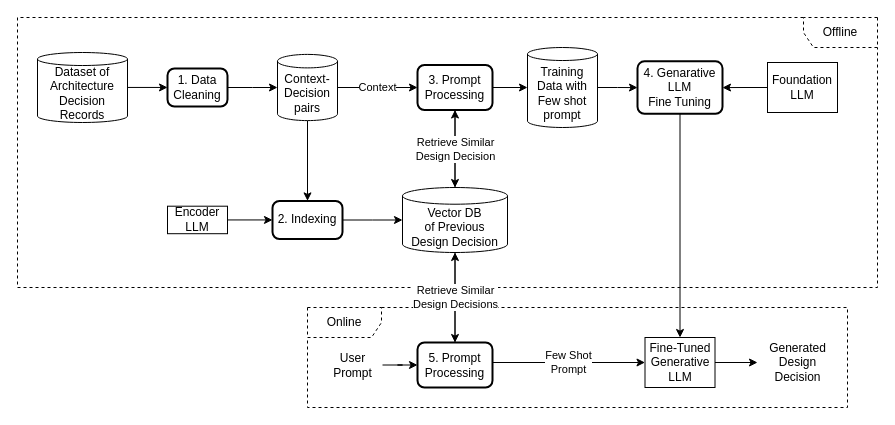
Above: Approach/Diagram/approach8.drawio in sa4s-serc/LLM4ADR (draw.io), before the change. Source tidied: cells renumbered, new cells numbered last; positions are measured from the earlier drawing's top-left corner, leaving out a move shared by most shapes. Both pictures are drawn from the tidied source at 100%, with x=0, y=0 at pixel (17, -1100).
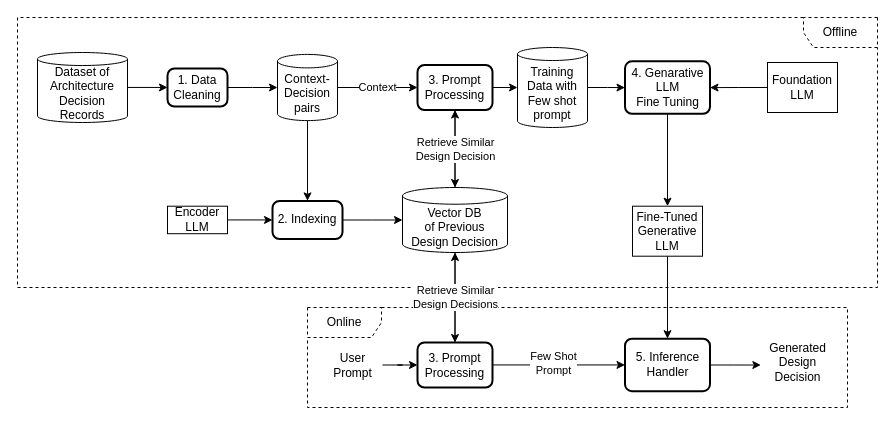
After the change.

Commit message (it also covers changes not shown here):
updated approach diagram

The change refers to these unchanged cells:
```xml
<mxCell id="9" value="&lt;div&gt;Online&lt;/div&gt;" style="shape=umlFrame;whiteSpace=wrap;html=1;width=74;dashed=1;fillColor=none;height=30;" parent="1" vertex="1">
  <mxGeometry x="290" y="1407" width="540" height="100" as="geometry" />
</mxCell>
<mxCell id="10" value="Generated&lt;div&gt;Design&lt;/div&gt;&lt;div&gt;Decision&lt;/div&gt;" style="text;html=1;align=center;verticalAlign=middle;points=[];strokeColor=none;fillColor=none;" parent="9" vertex="1">
  <mxGeometry x="450" y="25" width="80" height="60" as="geometry" />
</mxCell>
```

What changed in the source:
```diff
@@
-    <mxCell id="11" value="&lt;div&gt;Fine-Tuned&lt;/div&gt;&lt;div&gt;Generative&lt;/div&gt;&lt;div&gt;LLM&lt;/div&gt;" style="html=1;align=center;verticalAlign=middle;dashed=0;whiteSpace=wrap;" parent="9" vertex="1">
-      <mxGeometry x="337.5" y="30" width="70" height="50" as="geometry" />
-    </mxCell>
-    <mxCell id="12" style="edgeStyle=orthogonalEdgeStyle;rounded=0;jettySize=auto;html=1;" parent="9" edge="1" source="11" target="10">
-      <mxGeometry relative="1" as="geometry" />
-    </mxCell>
@@
+    <mxCell id="36" style="edgeStyle=orthogonalEdgeStyle;rounded=0;jettySize=auto;html=1;entryX=0;entryY=0.5;entryDx=0;entryDy=0;" parent="9" edge="1" source="15" target="37">
+      <mxGeometry relative="1" as="geometry" />
+    </mxCell>
+    <mxCell id="16" value="Few Shot &lt;br&gt;Prompt" style="edgeLabel;html=1;align=center;verticalAlign=middle;" parent="36" vertex="1">
+      <mxGeometry x="0.14" y="-2" relative="1" as="geometry">
+        <mxPoint x="-16" y="-4" as="offset" />
+      </mxGeometry>
+    </mxCell>
-    <mxCell id="15" value="5. Prompt&lt;div&gt;Processing&lt;/div&gt;" style="rounded=1;whiteSpace=wrap;html=1;absoluteArcSize=1;arcSize=14;strokeWidth=2;" parent="9" vertex="1">
+    <mxCell id="15" value="3. Prompt&lt;div&gt;Processing&lt;/div&gt;" style="rounded=1;whiteSpace=wrap;html=1;absoluteArcSize=1;arcSize=14;strokeWidth=2;" parent="9" vertex="1">
       <mxGeometry x="110" y="35" width="75" height="45" as="geometry" />
     </mxCell>
-    <mxCell id="16" value="Few Shot&lt;div&gt;Prompt&lt;/div&gt;" style="edgeStyle=orthogonalEdgeStyle;rounded=0;jettySize=auto;html=1;exitX=1;exitY=0.5;exitDx=0;exitDy=0;labelPosition=center;verticalLabelPosition=middle;align=center;verticalAlign=middle;" parent="9" edge="1" source="15" target="11">
-      <mxGeometry relative="1" as="geometry">
-        <Array as="points">
-          <mxPoint x="240" y="55" />
-          <mxPoint x="240" y="55" />
-        </Array>
-      </mxGeometry>
-    </mxCell>
+    <mxCell id="37" value="5. Inference Handler" style="rounded=1;whiteSpace=wrap;html=1;absoluteArcSize=1;arcSize=14;strokeWidth=2;" parent="9" vertex="1">
+      <mxGeometry x="317.5" y="31.2" width="85" height="52.5" as="geometry" />
+    </mxCell>
+    <mxCell id="38" style="edgeStyle=orthogonalEdgeStyle;rounded=0;jettySize=auto;html=1;entryX=0.042;entryY=0.542;entryDx=0;entryDy=0;entryPerimeter=0;" parent="9" edge="1" source="37" target="10">
+      <mxGeometry relative="1" as="geometry" />
+    </mxCell>
@@
     <mxCell id="27" value="Training&lt;div&gt;Data with&lt;/div&gt;&lt;div&gt;Few shot&lt;/div&gt;&lt;div&gt;prompt&lt;/div&gt;" style="shape=cylinder3;whiteSpace=wrap;html=1;boundedLbl=1;backgroundOutline=1;size=6.511596679687557;" parent="1" vertex="1">
-      <mxGeometry x="510" y="1147" width="70" height="80" as="geometry" />
+      <mxGeometry x="500" y="1147" width="70" height="80" as="geometry" />
     </mxCell>
@@
     <mxCell id="29" value="4. Genarative LLM&lt;div&gt;Fine Tuning&lt;/div&gt;" style="rounded=1;whiteSpace=wrap;html=1;absoluteArcSize=1;arcSize=14;strokeWidth=2;" parent="1" vertex="1">
-      <mxGeometry x="620" y="1160.8" width="85" height="52.5" as="geometry" />
+      <mxGeometry x="607.5" y="1160.8" width="85" height="52.5" as="geometry" />
     </mxCell>
@@
+    <mxCell id="39" style="edgeStyle=orthogonalEdgeStyle;rounded=0;jettySize=auto;html=1;entryX=0.5;entryY=0;entryDx=0;entryDy=0;" parent="1" edge="1" source="11" target="37">
+      <mxGeometry relative="1" as="geometry" />
+    </mxCell>
+    <mxCell id="11" value="&lt;div&gt;Fine-Tuned&lt;/div&gt;&lt;div&gt;Generative&lt;/div&gt;&lt;div&gt;LLM&lt;/div&gt;" style="html=1;align=center;verticalAlign=middle;dashed=0;whiteSpace=wrap;" parent="1" vertex="1">
+      <mxGeometry x="615" y="1305.7" width="70" height="50" as="geometry" />
+    </mxCell>
```
